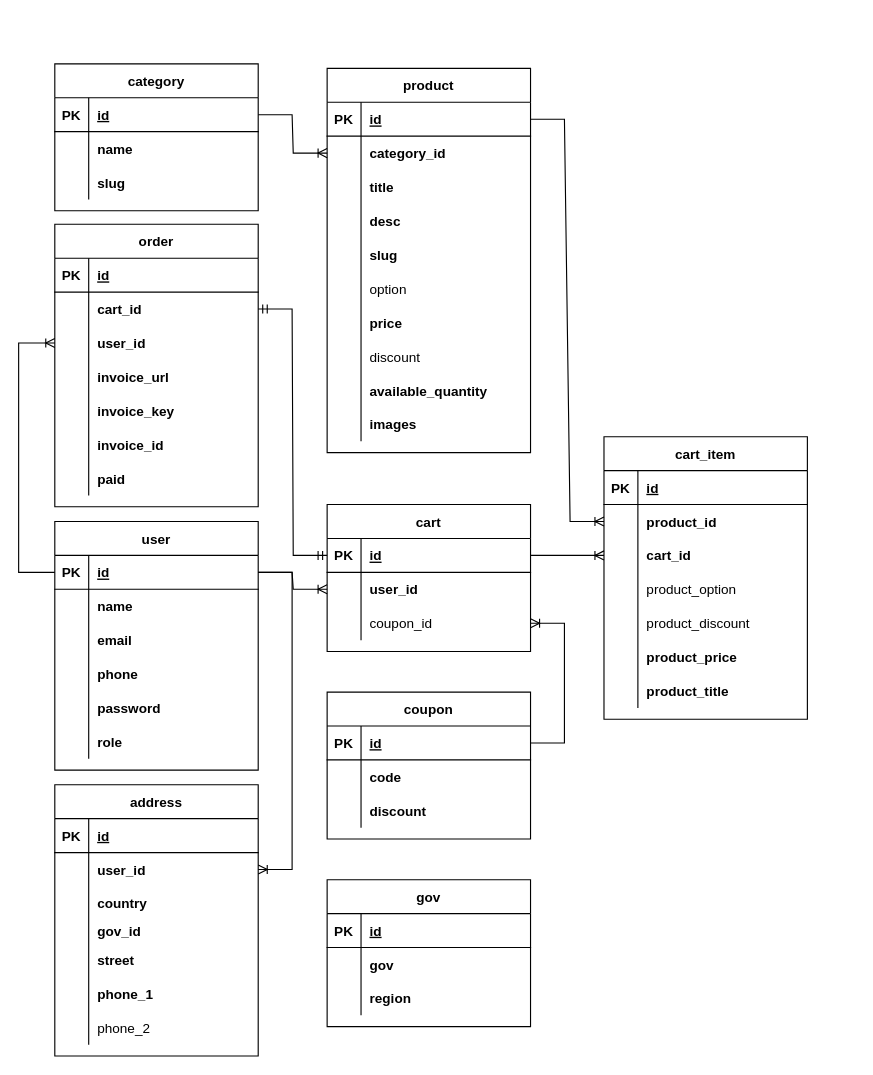
This is Untitled Diagram.drawio from andrew-atef/andrew-atef, a draw.io file, before an edit. Source tidied: cells renumbered, new cells numbered last; positions are measured from the earlier drawing's top-left corner, leaving out a move shared by most shapes. Both pictures are drawn from the tidied source at 113%, with x=0, y=0 at pixel (18, 63).
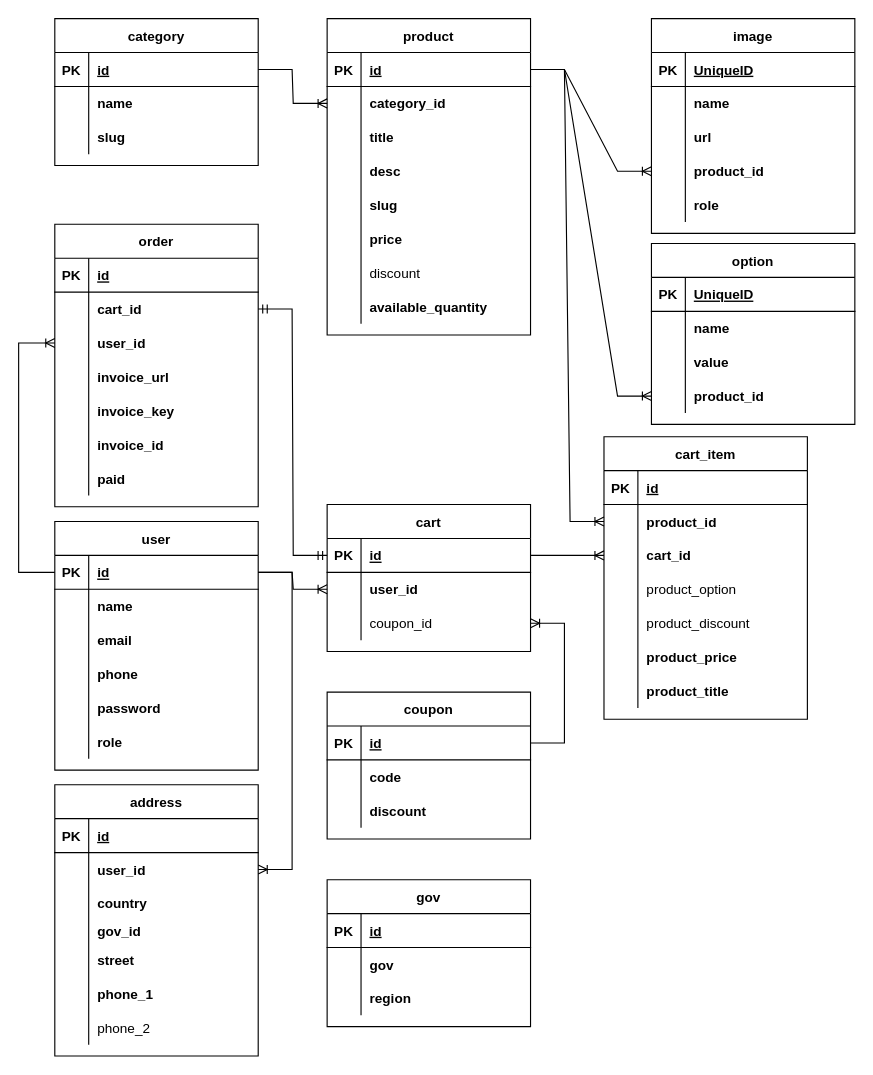
Above is the later version.

Unchanged cells that the change refers to:
```xml
<mxCell id="45" style="shape=tableRow;horizontal=0;startSize=0;swimlaneHead=0;swimlaneBody=0;fillColor=none;points=[[0,0.5],[1,0.5]];portConstraint=eastwest;top=0;left=0;right=0;bottom=1;" parent="44" vertex="1">
  <mxGeometry y="30" width="180" height="30" as="geometry" />
</mxCell>
```

Change to the diagram source:
```diff
@@
     <mxCell id="44" value="product" style="shape=table;startSize=30;childLayout=tableLayout;rowLines=0;fontStyle=1;align=center;" parent="1" vertex="1">
-      <mxGeometry x="273" y="4" width="180" height="340" as="geometry" />
+      <mxGeometry x="273" y="-40" width="180" height="280" as="geometry" />
     </mxCell>
@@
-    <mxCell id="60" style="shape=tableRow;horizontal=0;startSize=0;swimlaneHead=0;swimlaneBody=0;fillColor=none;top=0;left=0;right=0;bottom=0;fontStyle=1;" parent="44" vertex="1">
-      <mxGeometry y="180" width="180" height="30" as="geometry" />
-    </mxCell>
-    <mxCell id="61" style="shape=partialRectangle;fillColor=none;top=0;left=0;bottom=0;right=0;overflow=hidden;" parent="60" vertex="1">
-      <mxGeometry width="30" height="30" as="geometry" />
-    </mxCell>
-    <mxCell id="62" value="option" style="shape=partialRectangle;fillColor=none;top=0;left=0;bottom=0;right=0;align=left;spacingLeft=6;overflow=hidden;fontStyle=0;" parent="60" vertex="1">
-      <mxGeometry x="30" width="150" height="30" as="geometry" />
-    </mxCell>
     <mxCell id="63" style="shape=tableRow;horizontal=0;startSize=0;swimlaneHead=0;swimlaneBody=0;fillColor=none;top=0;left=0;right=0;bottom=0;fontStyle=1;" parent="44" vertex="1">
-      <mxGeometry y="210" width="180" height="30" as="geometry" />
+      <mxGeometry y="180" width="180" height="30" as="geometry" />
     </mxCell>
@@
     <mxCell id="66" style="shape=tableRow;horizontal=0;startSize=0;swimlaneHead=0;swimlaneBody=0;fillColor=none;top=0;left=0;right=0;bottom=0;fontStyle=1;" parent="44" vertex="1">
-      <mxGeometry y="240" width="180" height="30" as="geometry" />
+      <mxGeometry y="210" width="180" height="30" as="geometry" />
     </mxCell>
@@
     <mxCell id="69" style="shape=tableRow;horizontal=0;startSize=0;swimlaneHead=0;swimlaneBody=0;fillColor=none;top=0;left=0;right=0;bottom=0;fontStyle=1;" parent="44" vertex="1">
-      <mxGeometry y="270" width="180" height="30" as="geometry" />
+      <mxGeometry y="240" width="180" height="30" as="geometry" />
     </mxCell>
@@
-    <mxCell id="72" style="shape=tableRow;horizontal=0;startSize=0;swimlaneHead=0;swimlaneBody=0;fillColor=none;top=0;left=0;right=0;bottom=0;fontStyle=1;" parent="44" vertex="1">
-      <mxGeometry y="300" width="180" height="30" as="geometry" />
-    </mxCell>
-    <mxCell id="73" style="shape=partialRectangle;fillColor=none;top=0;left=0;bottom=0;right=0;overflow=hidden;" parent="72" vertex="1">
-      <mxGeometry width="30" height="30" as="geometry" />
-    </mxCell>
-    <mxCell id="74" value="images" style="shape=partialRectangle;fillColor=none;top=0;left=0;bottom=0;right=0;align=left;spacingLeft=6;overflow=hidden;fontStyle=1;" parent="72" vertex="1">
-      <mxGeometry x="30" width="150" height="30" as="geometry" />
-    </mxCell>
@@
     <mxCell id="110" value="category" style="shape=table;startSize=30;childLayout=tableLayout;rowLines=0;fontStyle=1;align=center;" parent="1" vertex="1">
-      <mxGeometry x="32" width="180" height="130" as="geometry" />
+      <mxGeometry x="32" y="-40" width="180" height="130" as="geometry" />
     </mxCell>
@@
+    <mxCell id="166" value="image" style="shape=table;startSize=30;childLayout=tableLayout;rowLines=0;fontStyle=1;align=center;" parent="1" vertex="1">
+      <mxGeometry x="560" y="-40" width="180" height="190" as="geometry" />
+    </mxCell>
+    <mxCell id="167" style="shape=tableRow;horizontal=0;startSize=0;swimlaneHead=0;swimlaneBody=0;fillColor=none;top=0;left=0;right=0;bottom=1;" parent="166" vertex="1">
+      <mxGeometry y="30" width="180" height="30" as="geometry" />
+    </mxCell>
+    <mxCell id="168" value="PK" style="shape=partialRectangle;fillColor=none;top=0;left=0;bottom=0;right=0;fontStyle=1;overflow=hidden;" parent="167" vertex="1">
+      <mxGeometry width="30" height="30" as="geometry" />
+    </mxCell>
+    <mxCell id="169" value="UniqueID" style="shape=partialRectangle;fillColor=none;top=0;left=0;bottom=0;right=0;align=left;spacingLeft=6;fontStyle=5;overflow=hidden;" parent="167" vertex="1">
+      <mxGeometry x="30" width="150" height="30" as="geometry" />
+    </mxCell>
+    <mxCell id="170" style="shape=tableRow;horizontal=0;startSize=0;swimlaneHead=0;swimlaneBody=0;fillColor=none;top=0;left=0;right=0;bottom=0;" parent="166" vertex="1">
+      <mxGeometry y="60" width="180" height="30" as="geometry" />
+    </mxCell>
+    <mxCell id="171" style="shape=partialRectangle;fillColor=none;top=0;left=0;bottom=0;right=0;overflow=hidden;" parent="170" vertex="1">
+      <mxGeometry width="30" height="30" as="geometry" />
+    </mxCell>
+    <mxCell id="172" value="name" style="shape=partialRectangle;fillColor=none;top=0;left=0;bottom=0;right=0;align=left;spacingLeft=6;overflow=hidden;fontStyle=1;" parent="170" vertex="1">
+      <mxGeometry x="30" width="150" height="30" as="geometry" />
+    </mxCell>
+    <mxCell id="173" style="shape=tableRow;horizontal=0;startSize=0;swimlaneHead=0;swimlaneBody=0;fillColor=none;top=0;left=0;right=0;bottom=0;fontStyle=1;" parent="166" vertex="1">
+      <mxGeometry y="90" width="180" height="30" as="geometry" />
+    </mxCell>
+    <mxCell id="174" style="shape=partialRectangle;fillColor=none;top=0;left=0;bottom=0;right=0;overflow=hidden;" parent="173" vertex="1">
+      <mxGeometry width="30" height="30" as="geometry" />
+    </mxCell>
+    <mxCell id="175" value="url" style="shape=partialRectangle;fillColor=none;top=0;left=0;bottom=0;right=0;align=left;spacingLeft=6;overflow=hidden;fontStyle=1;" parent="173" vertex="1">
+      <mxGeometry x="30" width="150" height="30" as="geometry" />
+    </mxCell>
+    <mxCell id="176" style="shape=tableRow;horizontal=0;startSize=0;swimlaneHead=0;swimlaneBody=0;fillColor=none;points=[[0,0.5],[1,0.5]];portConstraint=eastwest;top=0;left=0;right=0;bottom=0;" parent="166" vertex="1">
+      <mxGeometry y="120" width="180" height="30" as="geometry" />
+    </mxCell>
+    <mxCell id="177" style="shape=partialRectangle;fillColor=none;top=0;left=0;bottom=0;right=0;overflow=hidden;" parent="176" vertex="1">
+      <mxGeometry width="30" height="30" as="geometry" />
+    </mxCell>
+    <mxCell id="178" value="product_id" style="shape=partialRectangle;fillColor=none;top=0;left=0;bottom=0;right=0;align=left;spacingLeft=6;overflow=hidden;fontStyle=1;" parent="176" vertex="1">
+      <mxGeometry x="30" width="150" height="30" as="geometry" />
+    </mxCell>
+    <mxCell id="179" style="shape=tableRow;horizontal=0;startSize=0;swimlaneHead=0;swimlaneBody=0;fillColor=none;top=0;left=0;right=0;bottom=0;fontStyle=1;" parent="166" vertex="1">
+      <mxGeometry y="150" width="180" height="30" as="geometry" />
+    </mxCell>
+    <mxCell id="180" style="shape=partialRectangle;fillColor=none;top=0;left=0;bottom=0;right=0;overflow=hidden;" parent="179" vertex="1">
+      <mxGeometry width="30" height="30" as="geometry" />
+    </mxCell>
+    <mxCell id="181" value="role" style="shape=partialRectangle;fillColor=none;top=0;left=0;bottom=0;right=0;align=left;spacingLeft=6;overflow=hidden;fontStyle=1;" parent="179" vertex="1">
+      <mxGeometry x="30" width="150" height="30" as="geometry" />
+    </mxCell>
+    <mxCell id="182" style="edgeStyle=entityRelationEdgeStyle;fontSize=12;html=1;endArrow=ERoneToMany;rounded=0;exitX=1;exitY=0.5;exitDx=0;exitDy=0;entryX=0;entryY=0.5;entryDx=0;entryDy=0;" parent="1" edge="1" source="45" target="176">
+      <mxGeometry relative="1" as="geometry" />
+    </mxCell>
+    <mxCell id="62" value="option" style="shape=table;startSize=30;childLayout=tableLayout;rowLines=0;fontStyle=1;align=center;" parent="1" vertex="1">
+      <mxGeometry x="560" y="159" width="180" height="160" as="geometry" />
+    </mxCell>
+    <mxCell id="183" style="shape=tableRow;horizontal=0;startSize=0;swimlaneHead=0;swimlaneBody=0;fillColor=none;top=0;left=0;right=0;bottom=1;" parent="62" vertex="1">
+      <mxGeometry y="30" width="180" height="30" as="geometry" />
+    </mxCell>
+    <mxCell id="184" value="PK" style="shape=partialRectangle;fillColor=none;top=0;left=0;bottom=0;right=0;fontStyle=1;overflow=hidden;" parent="183" vertex="1">
+      <mxGeometry width="30" height="30" as="geometry" />
+    </mxCell>
+    <mxCell id="185" value="UniqueID" style="shape=partialRectangle;fillColor=none;top=0;left=0;bottom=0;right=0;align=left;spacingLeft=6;fontStyle=5;overflow=hidden;" parent="183" vertex="1">
+      <mxGeometry x="30" width="150" height="30" as="geometry" />
+    </mxCell>
+    <mxCell id="186" style="shape=tableRow;horizontal=0;startSize=0;swimlaneHead=0;swimlaneBody=0;fillColor=none;top=0;left=0;right=0;bottom=0;" parent="62" vertex="1">
+      <mxGeometry y="60" width="180" height="30" as="geometry" />
+    </mxCell>
+    <mxCell id="187" style="shape=partialRectangle;fillColor=none;top=0;left=0;bottom=0;right=0;overflow=hidden;" parent="186" vertex="1">
+      <mxGeometry width="30" height="30" as="geometry" />
+    </mxCell>
+    <mxCell id="188" value="name" style="shape=partialRectangle;fillColor=none;top=0;left=0;bottom=0;right=0;align=left;spacingLeft=6;overflow=hidden;fontStyle=1;" parent="186" vertex="1">
+      <mxGeometry x="30" width="150" height="30" as="geometry" />
+    </mxCell>
+    <mxCell id="189" style="shape=tableRow;horizontal=0;startSize=0;swimlaneHead=0;swimlaneBody=0;fillColor=none;top=0;left=0;right=0;bottom=0;fontStyle=1;" parent="62" vertex="1">
+      <mxGeometry y="90" width="180" height="30" as="geometry" />
+    </mxCell>
+    <mxCell id="190" style="shape=partialRectangle;fillColor=none;top=0;left=0;bottom=0;right=0;overflow=hidden;" parent="189" vertex="1">
+      <mxGeometry width="30" height="30" as="geometry" />
+    </mxCell>
+    <mxCell id="191" value="value" style="shape=partialRectangle;fillColor=none;top=0;left=0;bottom=0;right=0;align=left;spacingLeft=6;overflow=hidden;fontStyle=1;" parent="189" vertex="1">
+      <mxGeometry x="30" width="150" height="30" as="geometry" />
+    </mxCell>
+    <mxCell id="192" style="shape=tableRow;horizontal=0;startSize=0;swimlaneHead=0;swimlaneBody=0;fillColor=none;points=[[0,0.5],[1,0.5]];portConstraint=eastwest;top=0;left=0;right=0;bottom=0;" parent="62" vertex="1">
+      <mxGeometry y="120" width="180" height="30" as="geometry" />
+    </mxCell>
+    <mxCell id="193" style="shape=partialRectangle;fillColor=none;top=0;left=0;bottom=0;right=0;overflow=hidden;" parent="192" vertex="1">
+      <mxGeometry width="30" height="30" as="geometry" />
+    </mxCell>
+    <mxCell id="194" value="product_id" style="shape=partialRectangle;fillColor=none;top=0;left=0;bottom=0;right=0;align=left;spacingLeft=6;overflow=hidden;fontStyle=1;" parent="192" vertex="1">
+      <mxGeometry x="30" width="150" height="30" as="geometry" />
+    </mxCell>
+    <mxCell id="195" style="edgeStyle=entityRelationEdgeStyle;fontSize=12;html=1;endArrow=ERoneToMany;rounded=0;exitX=1;exitY=0.5;exitDx=0;exitDy=0;entryX=0;entryY=0.5;entryDx=0;entryDy=0;" parent="1" edge="1" source="45" target="192">
+      <mxGeometry relative="1" as="geometry" />
+    </mxCell>
```
